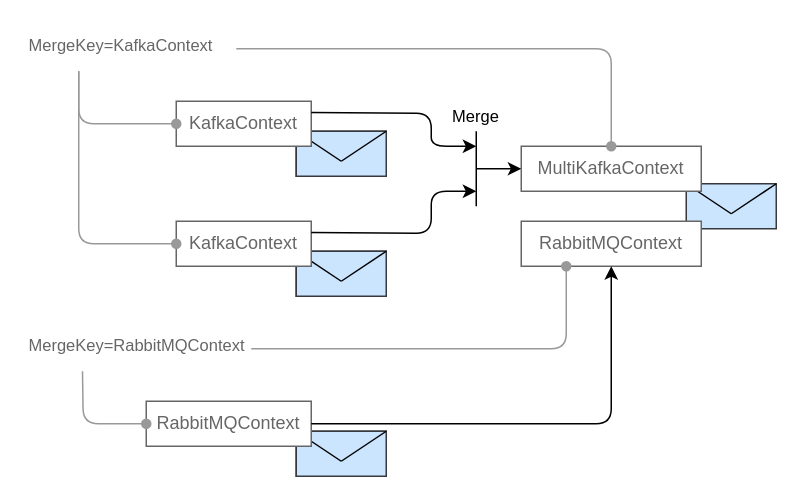
Earlier version of the draw.io diagram page "example-merge" (7 of 7) of doc/drawings.drawio (AmadeusITGroup/odyssey-reactive-messaging). Source tidied: cells renumbered, new cells numbered last; positions are measured from the earlier drawing's top-left corner, leaving out a move shared by most shapes. Both pictures are drawn from the tidied source at 150%, with x=0, y=0 at pixel (26, 26).
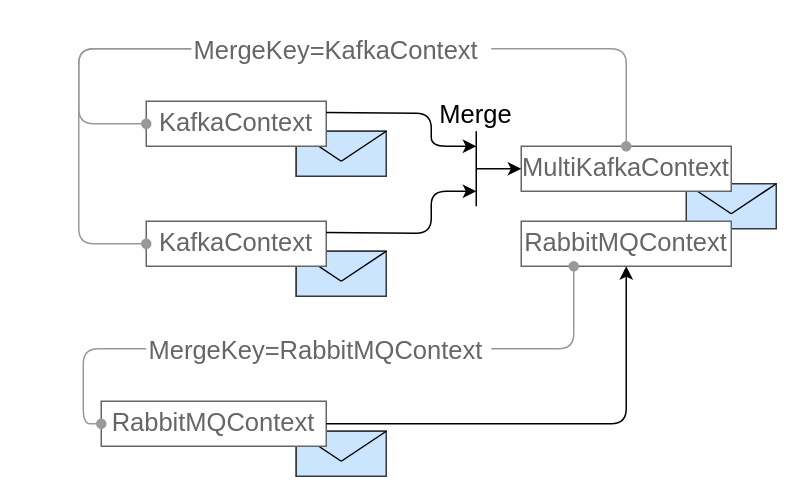
After the change.

Diff of the diagram source:
```diff
@@
-    <mxCell id="2" style="group;fillColor=#cce5ff;strokeColor=#36393d;" parent="1" vertex="1">
+    <mxCell id="2" style="group;fillColor=#cce5ff;strokeColor=#36393d;fontSize=17;" parent="1" vertex="1">
       <mxGeometry x="180" y="70" width="60" height="30" as="geometry" />
     </mxCell>
-    <mxCell id="3" style="rounded=0;whiteSpace=wrap;html=1;fillColor=#cce5ff;strokeColor=#36393d;" parent="2" vertex="1">
+    <mxCell id="3" style="rounded=0;whiteSpace=wrap;html=1;fillColor=#cce5ff;strokeColor=#36393d;fontSize=17;" parent="2" vertex="1">
       <mxGeometry width="60" height="30" as="geometry" />
     </mxCell>
-    <mxCell id="4" style="group;" parent="2" vertex="1">
+    <mxCell id="4" style="group;fontSize=17;" parent="2" vertex="1">
       <mxGeometry width="60" height="20" as="geometry" />
     </mxCell>
-    <mxCell id="5" style="endArrow=none;html=1;" parent="4" edge="1">
+    <mxCell id="5" style="endArrow=none;html=1;fontSize=17;" parent="4" edge="1">
       <mxGeometry relative="1" as="geometry">
         <mxPoint x="30" y="20" as="sourcePoint" />
         <mxPoint as="targetPoint" />
       </mxGeometry>
     </mxCell>
-    <mxCell id="6" style="endArrow=none;html=1;" parent="4" edge="1">
+    <mxCell id="6" style="endArrow=none;html=1;fontSize=17;" parent="4" edge="1">
       <mxGeometry relative="1" as="geometry">
         <mxPoint x="30" y="20" as="sourcePoint" />
         <mxPoint x="60" as="targetPoint" />
       </mxGeometry>
     </mxCell>
-    <mxCell id="7" style="group;fillColor=#CCFFFF;" parent="1" vertex="1">
+    <mxCell id="7" style="group;fillColor=#CCFFFF;fontSize=17;" parent="1" vertex="1">
       <mxGeometry x="440" y="105" width="60" height="30" as="geometry" />
     </mxCell>
-    <mxCell id="8" style="rounded=0;whiteSpace=wrap;html=1;fillColor=#cce5ff;strokeColor=#36393d;" parent="7" vertex="1">
+    <mxCell id="8" style="rounded=0;whiteSpace=wrap;html=1;fillColor=#cce5ff;strokeColor=#36393d;fontSize=17;" parent="7" vertex="1">
       <mxGeometry width="60" height="30" as="geometry" />
     </mxCell>
-    <mxCell id="9" style="group;" parent="7" vertex="1">
+    <mxCell id="9" style="group;fontSize=17;" parent="7" vertex="1">
       <mxGeometry width="60" height="20" as="geometry" />
     </mxCell>
-    <mxCell id="10" style="endArrow=none;html=1;" parent="9" edge="1">
+    <mxCell id="10" style="endArrow=none;html=1;fontSize=17;" parent="9" edge="1">
       <mxGeometry relative="1" as="geometry">
         <mxPoint x="30" y="20" as="sourcePoint" />
         <mxPoint as="targetPoint" />
       </mxGeometry>
     </mxCell>
-    <mxCell id="11" style="endArrow=none;html=1;" parent="9" edge="1">
+    <mxCell id="11" style="endArrow=none;html=1;fontSize=17;" parent="9" edge="1">
       <mxGeometry relative="1" as="geometry">
         <mxPoint x="30" y="20" as="sourcePoint" />
         <mxPoint x="60" as="targetPoint" />
       </mxGeometry>
     </mxCell>
-    <mxCell id="12" style="group;fillColor=#cce5ff;strokeColor=#36393d;" parent="1" vertex="1">
+    <mxCell id="12" style="group;fillColor=#cce5ff;strokeColor=#36393d;fontSize=17;" parent="1" vertex="1">
       <mxGeometry x="180" y="150" width="60" height="30" as="geometry" />
     </mxCell>
-    <mxCell id="13" style="rounded=0;whiteSpace=wrap;html=1;fillColor=#cce5ff;strokeColor=#36393d;" parent="12" vertex="1">
+    <mxCell id="13" style="rounded=0;whiteSpace=wrap;html=1;fillColor=#cce5ff;strokeColor=#36393d;fontSize=17;" parent="12" vertex="1">
       <mxGeometry width="60" height="30" as="geometry" />
     </mxCell>
-    <mxCell id="14" style="group;" parent="12" vertex="1">
+    <mxCell id="14" style="group;fontSize=17;" parent="12" vertex="1">
       <mxGeometry width="60" height="20" as="geometry" />
     </mxCell>
-    <mxCell id="15" style="endArrow=none;html=1;" parent="14" edge="1">
+    <mxCell id="15" style="endArrow=none;html=1;fontSize=17;" parent="14" edge="1">
       <mxGeometry relative="1" as="geometry">
         <mxPoint x="30" y="20" as="sourcePoint" />
         <mxPoint as="targetPoint" />
       </mxGeometry>
     </mxCell>
-    <mxCell id="16" style="endArrow=none;html=1;" parent="14" edge="1">
+    <mxCell id="16" style="endArrow=none;html=1;fontSize=17;" parent="14" edge="1">
       <mxGeometry relative="1" as="geometry">
         <mxPoint x="30" y="20" as="sourcePoint" />
         <mxPoint x="60" as="targetPoint" />
       </mxGeometry>
     </mxCell>
-    <mxCell id="17" value="KafkaContext" style="rounded=0;whiteSpace=wrap;html=1;strokeColor=#666666;fontColor=#666666;" parent="1" vertex="1">
-      <mxGeometry x="100" y="50" width="90" height="30" as="geometry" />
+    <mxCell id="17" value="KafkaContext" style="rounded=0;whiteSpace=wrap;html=1;strokeColor=#666666;fontColor=#666666;fontSize=17;" parent="1" vertex="1">
+      <mxGeometry x="80" y="50" width="120" height="30" as="geometry" />
     </mxCell>
-    <mxCell id="18" value="KafkaContext" style="rounded=0;whiteSpace=wrap;html=1;strokeColor=#666666;fontColor=#666666;" parent="1" vertex="1">
-      <mxGeometry x="100" y="130" width="90" height="30" as="geometry" />
+    <mxCell id="18" value="KafkaContext" style="rounded=0;whiteSpace=wrap;html=1;strokeColor=#666666;fontColor=#666666;fontSize=17;" parent="1" vertex="1">
+      <mxGeometry x="80" y="130" width="120" height="30" as="geometry" />
     </mxCell>
-    <mxCell id="19" style="group;fillColor=#cce5ff;strokeColor=#36393d;" parent="1" vertex="1">
+    <mxCell id="19" style="group;fillColor=#cce5ff;strokeColor=#36393d;fontSize=17;" parent="1" vertex="1">
       <mxGeometry x="180" y="270" width="60" height="30" as="geometry" />
     </mxCell>
-    <mxCell id="20" style="rounded=0;whiteSpace=wrap;html=1;fillColor=#cce5ff;strokeColor=#36393d;" parent="19" vertex="1">
+    <mxCell id="20" style="rounded=0;whiteSpace=wrap;html=1;fillColor=#cce5ff;strokeColor=#36393d;fontSize=17;" parent="19" vertex="1">
       <mxGeometry width="60" height="30" as="geometry" />
     </mxCell>
-    <mxCell id="21" style="group;" parent="19" vertex="1">
+    <mxCell id="21" style="group;fontSize=17;" parent="19" vertex="1">
       <mxGeometry width="60" height="20" as="geometry" />
     </mxCell>
-    <mxCell id="22" style="endArrow=none;html=1;" parent="21" edge="1">
+    <mxCell id="22" style="endArrow=none;html=1;fontSize=17;" parent="21" edge="1">
       <mxGeometry relative="1" as="geometry">
         <mxPoint x="30" y="20" as="sourcePoint" />
         <mxPoint as="targetPoint" />
       </mxGeometry>
     </mxCell>
-    <mxCell id="23" style="endArrow=none;html=1;" parent="21" edge="1">
+    <mxCell id="23" style="endArrow=none;html=1;fontSize=17;" parent="21" edge="1">
       <mxGeometry relative="1" as="geometry">
         <mxPoint x="30" y="20" as="sourcePoint" />
         <mxPoint x="60" as="targetPoint" />
       </mxGeometry>
     </mxCell>
-    <mxCell id="24" value="RabbitMQContext" style="rounded=0;whiteSpace=wrap;html=1;strokeColor=#666666;fontColor=#666666;" parent="1" vertex="1">
-      <mxGeometry x="80" y="250" width="110" height="30" as="geometry" />
+    <mxCell id="24" value="RabbitMQContext" style="rounded=0;whiteSpace=wrap;html=1;strokeColor=#666666;fontColor=#666666;fontSize=17;" parent="1" vertex="1">
+      <mxGeometry x="50" y="250" width="150" height="30" as="geometry" />
     </mxCell>
-    <mxCell id="25" value="MergeKey=KafkaContext" style="text;html=1;fontSize=11;fontColor=#666666;" parent="1" vertex="1">
-      <mxGeometry width="140" height="30" as="geometry" />
+    <mxCell id="25" value="MergeKey=KafkaContext" style="text;html=1;fontSize=17;fontColor=#666666;" parent="1" vertex="1">
+      <mxGeometry x="110" width="200" height="30" as="geometry" />
     </mxCell>
-    <mxCell id="26" value="MergeKey=RabbitMQContext" style="text;html=1;fontSize=11;fontColor=#666666;" parent="1" vertex="1">
-      <mxGeometry y="200" width="150" height="30" as="geometry" />
+    <mxCell id="26" value="MergeKey=RabbitMQContext" style="text;html=1;fontSize=17;fontColor=#666666;" parent="1" vertex="1">
+      <mxGeometry x="80" y="200" width="230" height="30" as="geometry" />
     </mxCell>
-    <mxCell id="27" style="endArrow=none;html=1;fontSize=11;entryX=0.25;entryY=1;entryDx=0;entryDy=0;exitX=0;exitY=0.5;exitDx=0;exitDy=0;startArrow=oval;startFill=1;strokeColor=#999999;" parent="1" edge="1" source="17" target="25">
+    <mxCell id="27" style="endArrow=none;html=1;fontSize=17;entryX=0;entryY=0.5;entryDx=0;entryDy=0;exitX=0;exitY=0.5;exitDx=0;exitDy=0;startArrow=oval;startFill=1;strokeColor=#999999;" parent="1" edge="1" source="17" target="25">
       <mxGeometry relative="1" as="geometry">
         <Array as="points">
           <mxPoint x="35" y="65" />
+          <mxPoint x="35" y="15" />
         </Array>
       </mxGeometry>
     </mxCell>
-    <mxCell id="28" style="endArrow=none;html=1;fontSize=11;entryX=0.25;entryY=1;entryDx=0;entryDy=0;exitX=0;exitY=0.5;exitDx=0;exitDy=0;startArrow=oval;startFill=1;strokeColor=#999999;" parent="1" edge="1" source="18" target="25">
+    <mxCell id="28" style="endArrow=none;html=1;fontSize=17;exitX=0;exitY=0.5;exitDx=0;exitDy=0;startArrow=oval;startFill=1;strokeColor=#999999;" parent="1" edge="1" source="18">
       <mxGeometry relative="1" as="geometry">
+        <mxPoint x="110" y="15" as="targetPoint" />
         <Array as="points">
           <mxPoint x="35" y="145" />
+          <mxPoint x="35" y="15" />
         </Array>
       </mxGeometry>
     </mxCell>
-    <mxCell id="29" style="endArrow=none;html=1;fontSize=11;entryX=0.25;entryY=1;entryDx=0;entryDy=0;exitX=0;exitY=0.5;exitDx=0;exitDy=0;startArrow=oval;startFill=1;strokeColor=#999999;" parent="1" edge="1" source="24" target="26">
+    <mxCell id="29" style="endArrow=none;html=1;fontSize=17;entryX=0;entryY=0.5;entryDx=0;entryDy=0;exitX=0;exitY=0.5;exitDx=0;exitDy=0;startArrow=oval;startFill=1;strokeColor=#999999;" parent="1" edge="1" source="24" target="26">
       <mxGeometry relative="1" as="geometry">
         <Array as="points">
           <mxPoint x="38" y="265" />
+          <mxPoint x="38" y="215" />
         </Array>
       </mxGeometry>
     </mxCell>
-    <mxCell id="30" value="MultiKafkaContext" style="rounded=0;whiteSpace=wrap;html=1;strokeColor=#666666;fontColor=#666666;" parent="1" vertex="1">
-      <mxGeometry x="330" y="80" width="120" height="30" as="geometry" />
+    <mxCell id="30" value="MultiKafkaContext" style="rounded=0;whiteSpace=wrap;html=1;strokeColor=#666666;fontColor=#666666;fontSize=17;" parent="1" vertex="1">
+      <mxGeometry x="330" y="80" width="140" height="30" as="geometry" />
     </mxCell>
-    <mxCell id="31" value="RabbitMQContext" style="rounded=0;whiteSpace=wrap;html=1;strokeColor=#666666;fontColor=#666666;" parent="1" vertex="1">
-      <mxGeometry x="330" y="130" width="120" height="30" as="geometry" />
+    <mxCell id="31" value="RabbitMQContext" style="rounded=0;whiteSpace=wrap;html=1;strokeColor=#666666;fontColor=#666666;fontSize=17;" parent="1" vertex="1">
+      <mxGeometry x="330" y="130" width="140" height="30" as="geometry" />
     </mxCell>
-    <mxCell id="32" style="endArrow=classic;html=1;fontSize=11;entryX=0.5;entryY=1;entryDx=0;entryDy=0;exitX=1;exitY=0.5;exitDx=0;exitDy=0;" parent="1" edge="1" source="24" target="31">
+    <mxCell id="32" style="endArrow=classic;html=1;fontSize=17;entryX=0.5;entryY=1;entryDx=0;entryDy=0;exitX=1;exitY=0.5;exitDx=0;exitDy=0;" parent="1" edge="1" source="24" target="31">
       <mxGeometry relative="1" as="geometry">
         <Array as="points">
-          <mxPoint x="390" y="265" />
+          <mxPoint x="400" y="265" />
         </Array>
       </mxGeometry>
     </mxCell>
-    <mxCell id="33" style="endArrow=none;html=1;fontSize=11;" parent="1" edge="1">
+    <mxCell id="33" style="endArrow=none;html=1;fontSize=17;" parent="1" edge="1">
       <mxGeometry relative="1" as="geometry">
         <mxPoint x="300" y="120" as="sourcePoint" />
         <mxPoint x="300" y="70" as="targetPoint" />
       </mxGeometry>
     </mxCell>
-    <mxCell id="34" style="endArrow=classic;html=1;fontSize=11;entryX=0;entryY=0.5;entryDx=0;entryDy=0;" parent="1" edge="1" target="30">
+    <mxCell id="34" style="endArrow=classic;html=1;fontSize=17;entryX=0;entryY=0.5;entryDx=0;entryDy=0;" parent="1" edge="1" target="30">
       <mxGeometry relative="1" as="geometry">
         <mxPoint x="300" y="95" as="sourcePoint" />
       </mxGeometry>
     </mxCell>
-    <mxCell id="35" style="endArrow=classic;html=1;fontSize=11;exitX=1;exitY=0.25;exitDx=0;exitDy=0;" parent="1" edge="1" source="18">
+    <mxCell id="35" style="endArrow=classic;html=1;fontSize=17;exitX=1;exitY=0.25;exitDx=0;exitDy=0;" parent="1" edge="1" source="18">
       <mxGeometry relative="1" as="geometry">
         <mxPoint x="300" y="110" as="targetPoint" />
         <Array as="points">
           <mxPoint x="270" y="138" />
           <mxPoint x="270" y="110" />
         </Array>
       </mxGeometry>
     </mxCell>
-    <mxCell id="36" style="endArrow=classic;html=1;fontSize=11;exitX=1;exitY=0.25;exitDx=0;exitDy=0;" parent="1" edge="1" source="17">
+    <mxCell id="36" style="endArrow=classic;html=1;fontSize=17;exitX=1;exitY=0.25;exitDx=0;exitDy=0;" parent="1" edge="1" source="17">
       <mxGeometry relative="1" as="geometry">
         <mxPoint x="300" y="80" as="targetPoint" />
         <Array as="points">
           <mxPoint x="270" y="58" />
           <mxPoint x="270" y="80" />
         </Array>
       </mxGeometry>
     </mxCell>
-    <mxCell id="37" value="Merge" style="text;html=1;strokeColor=none;fillColor=none;align=center;verticalAlign=middle;whiteSpace=wrap;rounded=0;dashed=1;fontSize=11;" parent="1" vertex="1">
+    <mxCell id="37" value="Merge" style="text;html=1;strokeColor=none;fillColor=none;align=center;verticalAlign=middle;whiteSpace=wrap;rounded=0;dashed=1;fontSize=17;" parent="1" vertex="1">
       <mxGeometry x="280" y="50" width="40" height="20" as="geometry" />
     </mxCell>
-    <mxCell id="38" style="endArrow=none;html=1;fontSize=11;entryX=1;entryY=0.5;entryDx=0;entryDy=0;exitX=0.5;exitY=0;exitDx=0;exitDy=0;startArrow=oval;startFill=1;strokeColor=#999999;" parent="1" edge="1" source="30" target="25">
+    <mxCell id="38" style="endArrow=none;html=1;fontSize=17;entryX=1;entryY=0.5;entryDx=0;entryDy=0;exitX=0.5;exitY=0;exitDx=0;exitDy=0;startArrow=oval;startFill=1;strokeColor=#999999;" parent="1" edge="1" source="30" target="25">
       <mxGeometry relative="1" as="geometry">
         <Array as="points">
-          <mxPoint x="390" y="15" />
+          <mxPoint x="400" y="15" />
         </Array>
       </mxGeometry>
     </mxCell>
-    <mxCell id="39" style="endArrow=none;html=1;fontSize=11;exitX=0.25;exitY=1;exitDx=0;exitDy=0;startArrow=oval;startFill=1;strokeColor=#999999;entryX=1;entryY=0.5;entryDx=0;entryDy=0;" parent="1" edge="1" source="31" target="26">
+    <mxCell id="39" style="endArrow=none;html=1;fontSize=17;exitX=0.25;exitY=1;exitDx=0;exitDy=0;startArrow=oval;startFill=1;strokeColor=#999999;entryX=1;entryY=0.5;entryDx=0;entryDy=0;" parent="1" edge="1" source="31" target="26">
       <mxGeometry relative="1" as="geometry">
         <Array as="points">
-          <mxPoint x="360" y="215" />
+          <mxPoint x="365" y="215" />
         </Array>
       </mxGeometry>
     </mxCell>
```
